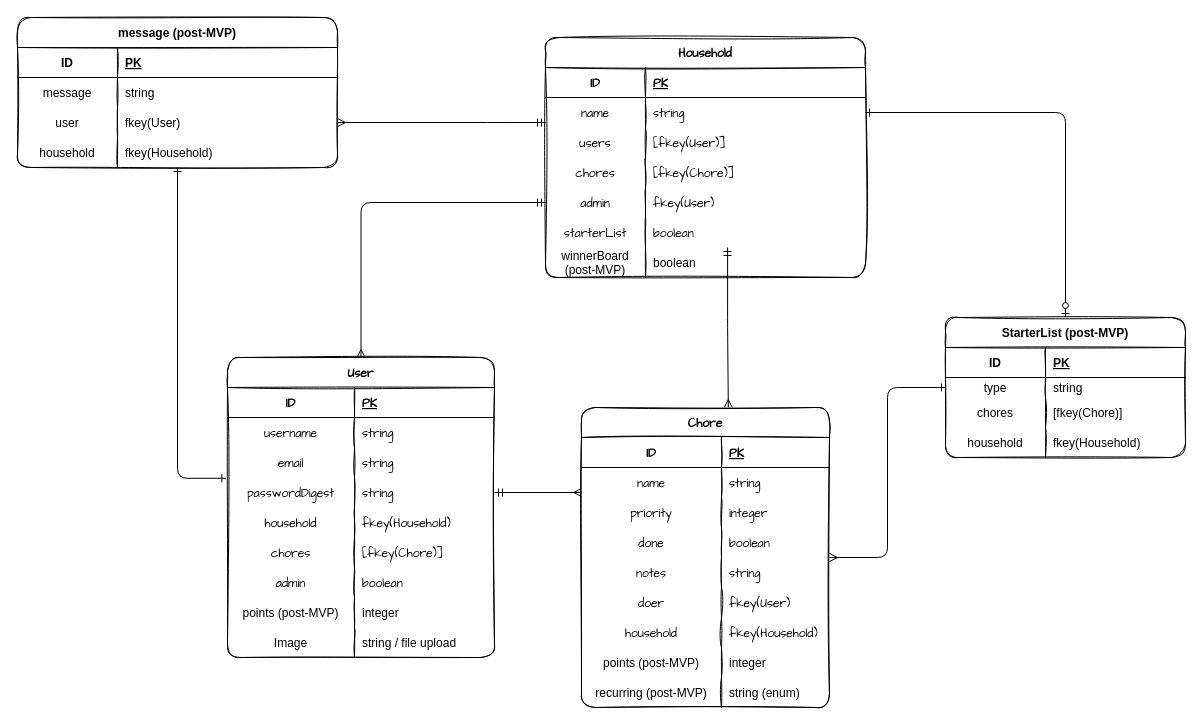
Earlier version of the draw.io diagram diagrams/erd.drawio (benjaminobambino/chore-chart). Source tidied: cells renumbered, new cells numbered last; positions are measured from the earlier drawing's top-left corner, leaving out a move shared by most shapes. Both pictures are drawn from the tidied source at 100%, with x=0, y=0 at pixel (17, 17).
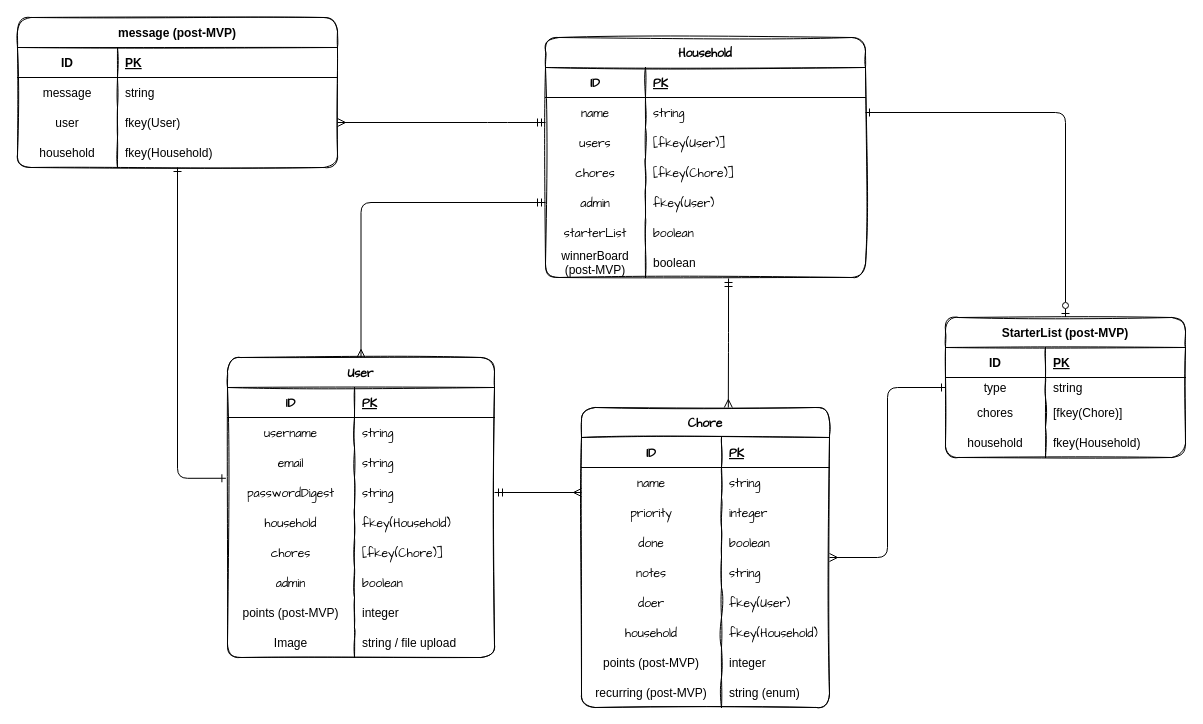
Above is the later version.

The change refers to these unchanged cells:
```xml
<mxCell id="49" style="shape=partialRectangle;fillColor=none;top=0;left=0;bottom=0;right=0;points=[[0,0.5],[1,0.5]];portConstraint=eastwest;fontFamily=Comic Sans MS;" parent="33" vertex="1">
  <mxGeometry y="180" width="320" height="30" as="geometry" />
</mxCell>
<mxCell id="52" style="shape=partialRectangle;fillColor=none;top=0;left=0;bottom=0;right=0;points=[[0,0.5],[1,0.5]];portConstraint=eastwest;fontFamily=Comic Sans MS;" parent="33" vertex="1">
  <mxGeometry y="210" width="320" height="30" as="geometry" />
</mxCell>
<mxCell id="57" value="Chore" style="shape=table;startSize=30;childLayout=tableLayout;rowLines=0;fontStyle=1;align=center;rounded=1;sketch=1;fontFamily=Comic Sans MS;" parent="1" vertex="1">
  <mxGeometry x="564" y="390" width="248" height="300" as="geometry" />
</mxCell>
```

Change to the diagram source:
```diff
@@
-    <mxCell id="32" style="edgeStyle=orthogonalEdgeStyle;rounded=1;jettySize=auto;html=1;fontFamily=Comic Sans MS;startArrow=ERmandOne;startFill=0;endArrow=ERmany;endFill=0;exitX=0.569;exitY=1;exitDx=0;exitDy=0;exitPerimeter=0;entryX=0.592;entryY=0;entryDx=0;entryDy=0;entryPerimeter=0;" parent="1" edge="1" source="49" target="57">
+    <mxCell id="32" style="edgeStyle=orthogonalEdgeStyle;rounded=1;jettySize=auto;html=1;fontFamily=Comic Sans MS;startArrow=ERmandOne;startFill=0;endArrow=ERmany;endFill=0;entryX=0.592;entryY=0;entryDx=0;entryDy=0;entryPerimeter=0;exitX=0.572;exitY=1.033;exitDx=0;exitDy=0;exitPerimeter=0;" parent="1" edge="1" source="52" target="57">
       <mxGeometry relative="1" as="geometry" />
     </mxCell>
```
